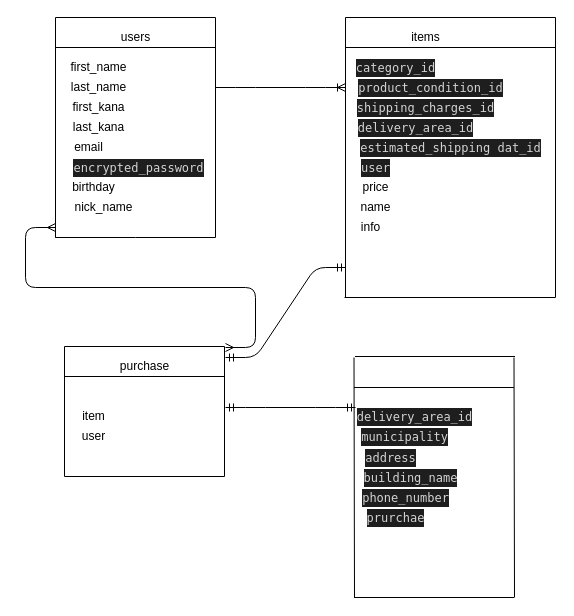
This is ER.dio from tomoyamiyata/furima-33523, a draw.io file, before an edit. Source tidied: cells renumbered, new cells numbered last; positions are measured from the earlier drawing's top-left corner, leaving out a move shared by most shapes. Both pictures are drawn from the tidied source at 100%, with x=0, y=0 at pixel (55, 17).
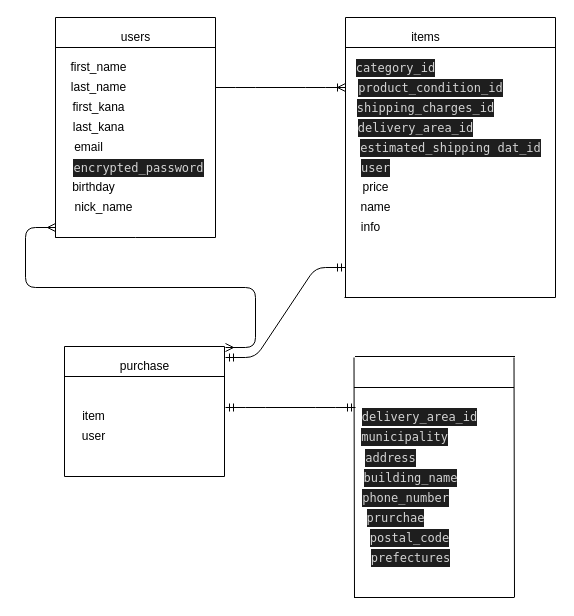
The same page after the edit.

Commit message (it also covers changes not shown here):
データベース設計var.3

Diff of the diagram source:
```diff
@@
     <mxCell id="30" value="&lt;div style=&quot;color: rgb(212 , 212 , 212) ; background-color: rgb(30 , 30 , 30) ; font-family: &amp;#34;menlo&amp;#34; , &amp;#34;monaco&amp;#34; , &amp;#34;courier new&amp;#34; , monospace ; line-height: 18px&quot;&gt;&lt;div style=&quot;font-family: &amp;#34;menlo&amp;#34; , &amp;#34;monaco&amp;#34; , &amp;#34;courier new&amp;#34; , monospace ; line-height: 18px&quot;&gt;delivery_area_id &lt;/div&gt;&lt;/div&gt;" style="text;html=1;align=center;verticalAlign=middle;" parent="1" vertex="1">
-      <mxGeometry x="294" y="389" width="130" height="20" as="geometry" />
+      <mxGeometry x="299" y="389" width="130" height="20" as="geometry" />
     </mxCell>
@@
+    <mxCell id="57" value="&lt;div style=&quot;color: rgb(212 , 212 , 212) ; background-color: rgb(30 , 30 , 30) ; font-family: &amp;#34;menlo&amp;#34; , &amp;#34;monaco&amp;#34; , &amp;#34;courier new&amp;#34; , monospace ; line-height: 18px&quot;&gt;&lt;div style=&quot;font-family: &amp;#34;menlo&amp;#34; , &amp;#34;monaco&amp;#34; , &amp;#34;courier new&amp;#34; , monospace ; line-height: 18px&quot;&gt;&lt;div style=&quot;font-family: &amp;#34;menlo&amp;#34; , &amp;#34;monaco&amp;#34; , &amp;#34;courier new&amp;#34; , monospace ; line-height: 18px&quot;&gt;postal_code&lt;/div&gt;&lt;/div&gt;&lt;/div&gt;" style="text;html=1;align=center;verticalAlign=middle;" parent="1" vertex="1">
+      <mxGeometry x="309" y="510" width="90" height="20" as="geometry" />
+    </mxCell>
+    <mxCell id="58" value="&lt;div style=&quot;color: rgb(212 , 212 , 212) ; background-color: rgb(30 , 30 , 30) ; font-family: &amp;#34;menlo&amp;#34; , &amp;#34;monaco&amp;#34; , &amp;#34;courier new&amp;#34; , monospace ; line-height: 18px&quot;&gt;&lt;div style=&quot;font-family: &amp;#34;menlo&amp;#34; , &amp;#34;monaco&amp;#34; , &amp;#34;courier new&amp;#34; , monospace ; line-height: 18px&quot;&gt;&lt;div style=&quot;font-family: &amp;#34;menlo&amp;#34; , &amp;#34;monaco&amp;#34; , &amp;#34;courier new&amp;#34; , monospace ; line-height: 18px&quot;&gt;prefectures&lt;/div&gt;&lt;/div&gt;&lt;/div&gt;" style="text;html=1;align=center;verticalAlign=middle;" parent="1" vertex="1">
+      <mxGeometry x="310" y="530" width="90" height="20" as="geometry" />
+    </mxCell>
```
